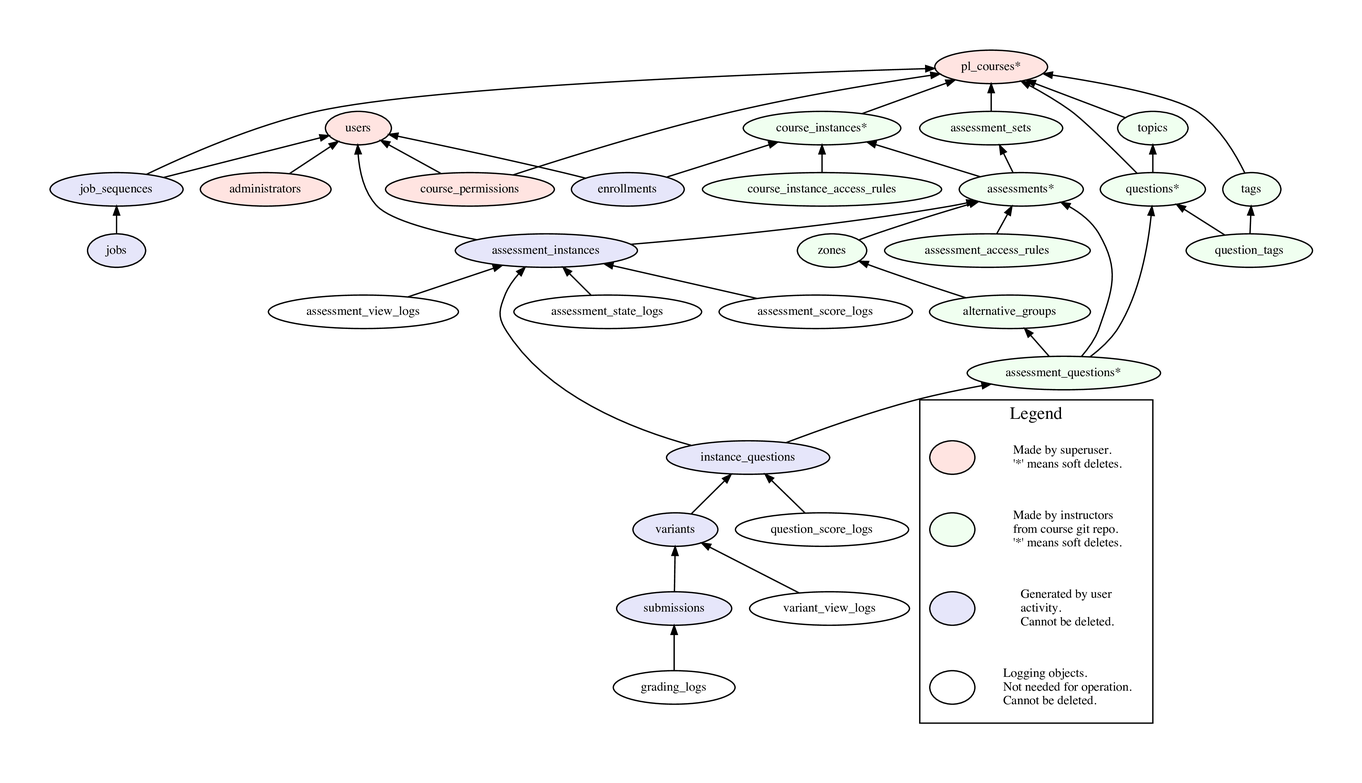
Earlier version of the Graphviz export doc/models.png (PrairieLearn/PrairieLearn). Its source is kept beside it as doc/models.gv.
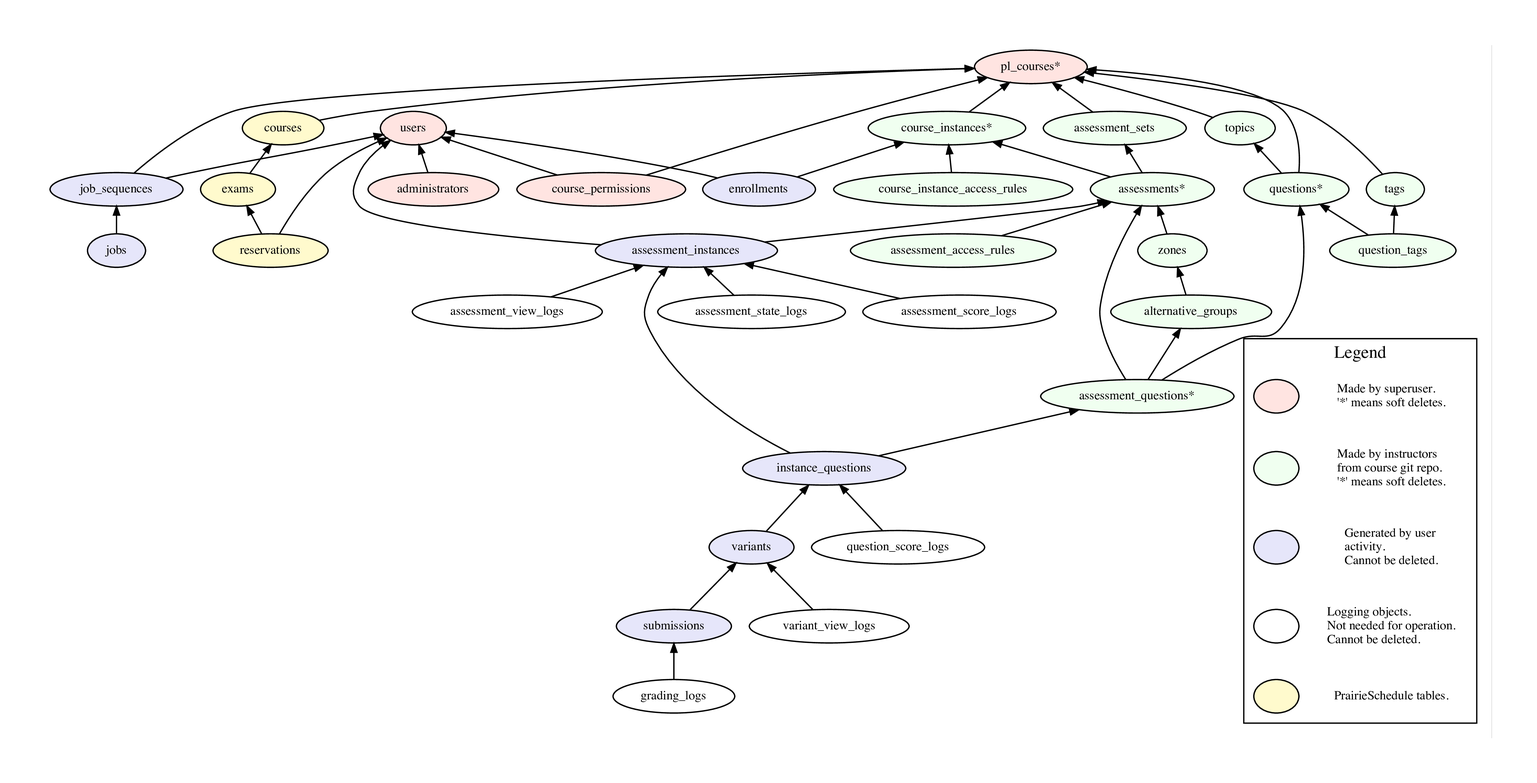
The same file after the commit.

Commit message:
add reservations.access_{start,end}; check in access rules

Change to the diagram source:
```diff
@@ -9,6 +9,10 @@
     administrators [style=filled, fillcolor=mistyrose1]
     pl_courses [label="pl_courses*", style=filled, fillcolor=mistyrose1]
     course_permissions [style=filled, fillcolor=mistyrose1]
+
+    courses [style=filled, fillcolor=lemonchiffon]
+    exams [style=filled, fillcolor=lemonchiffon]
+    reservations [style=filled, fillcolor=lemonchiffon]
 
     course_instances [label="course_instances*", style=filled, fillcolor=honeydew1]
     course_instance_access_rules [style=filled, fillcolor=honeydew1]
@@ -40,6 +44,10 @@
 
     administrators -> { users }
     course_permissions -> { users; pl_courses }
+
+    courses -> { pl_courses }
+    exams -> { courses }
+    reservations -> { users; exams }
 
     assessment_access_rules -> { assessments }
     course_instances -> { pl_courses }
@@ -74,6 +82,9 @@
         labelloc=b;
         label="Legend";
 
+        k5 [shape=plaintext, style=solid, label="PrairieSchedule tables.\l"];
+        kc5[label=" ", style=filled, fillcolor=lemonchiffon];
+
         k4 [shape=plaintext, style=solid, label="Logging objects.\lNot needed for operation.\lCannot be deleted.\l"];
         kc4[label=" ", style=filled, fillcolor=white];
 
@@ -86,9 +97,11 @@
         k1 [shape=plaintext, style=solid, label="Made by superuser.\l'*' means soft deletes.\l"];
         kc1[label=" ", style=filled, fillcolor=mistyrose1];
 
+        kc5 -> kc4 [style=invis];
         kc4 -> kc3 [style=invis];
         kc3 -> kc2 [style=invis];
         kc2 -> kc1 [style=invis];
+        k5 -> k4 [style=invis];
         k4 -> k3 [style=invis];
         k3 -> k2 [style=invis];
         k2 -> k1 [style=invis];
```
